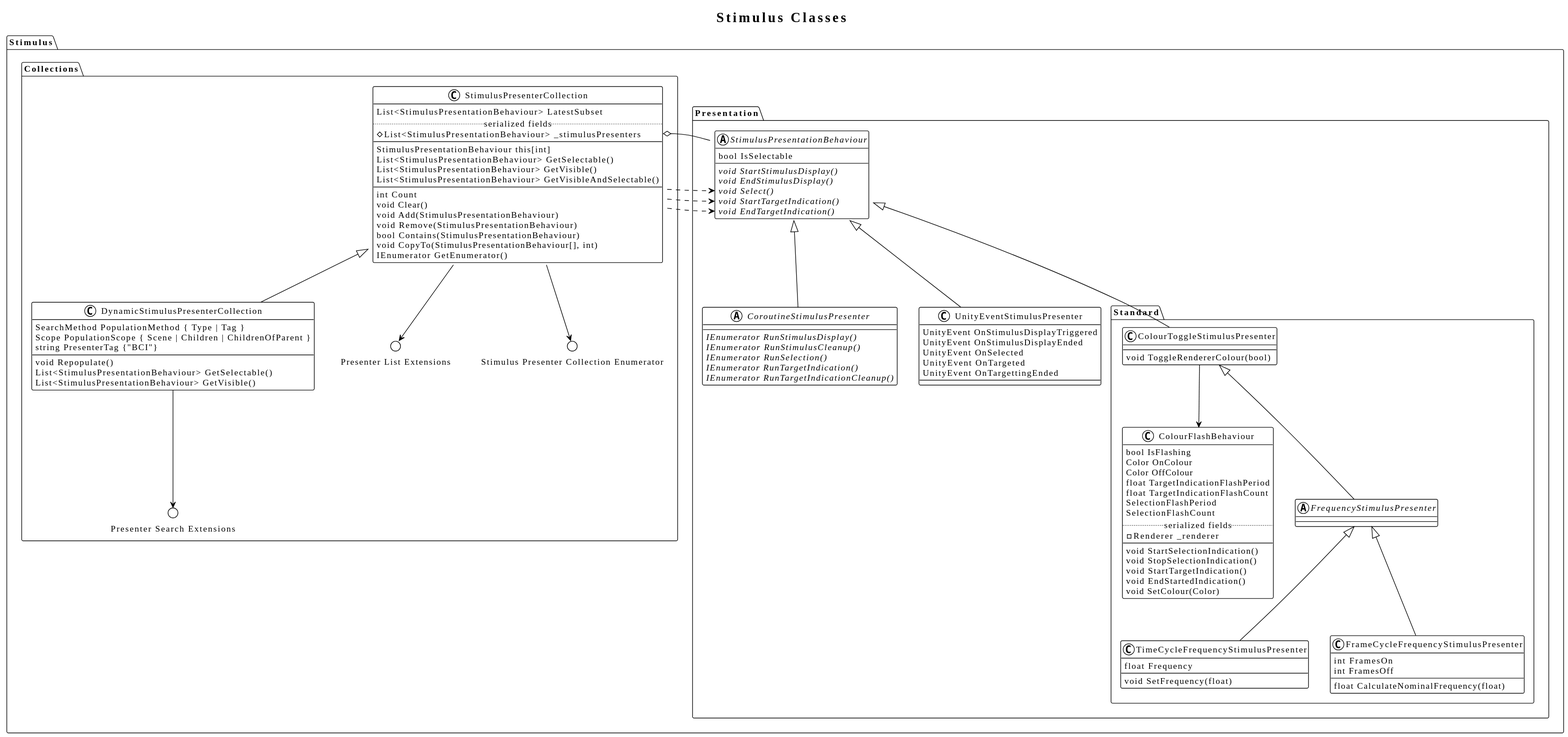
Above: content/bessy-unity/stimulus/stimulus.svg in BCI-Games/bessy-docs (PlantUML), before the change.
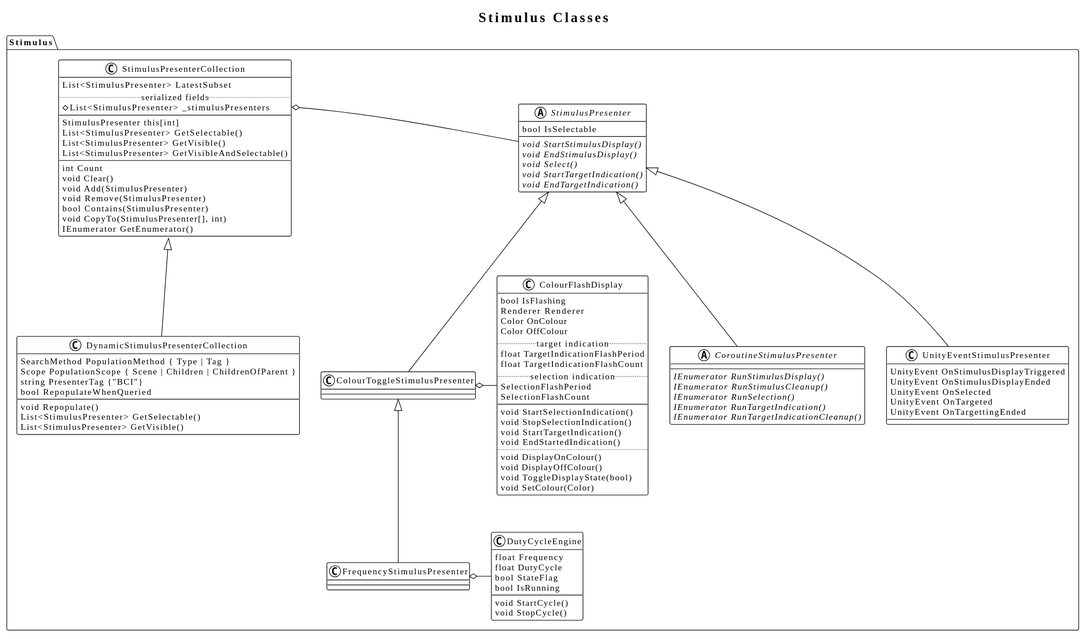
The same file after the commit.

Commit message:
Updated stimulus diagram

Change to the diagram source:
```diff
@@ -5,113 +5,103 @@
 end title
 
 namespace Stimulus {
-    namespace Collections {
-        class StimulusPresenterCollection {
-            List<StimulusPresentationBehaviour> LatestSubset
-            ..serialized fields..
-            # List<StimulusPresentationBehaviour> _stimulusPresenters
-            --
-            StimulusPresentationBehaviour this[int]
-            List<StimulusPresentationBehaviour> GetSelectable()
-            List<StimulusPresentationBehaviour> GetVisible()
-            List<StimulusPresentationBehaviour> GetVisibleAndSelectable()
-            --
-            int Count
-            void Clear()
-            void Add(StimulusPresentationBehaviour)
-            void Remove(StimulusPresentationBehaviour)
-            bool Contains(StimulusPresentationBehaviour)
-            void CopyTo(StimulusPresentationBehaviour[], int)
-            IEnumerator GetEnumerator()
-        }
-
-        class DynamicStimulusPresenterCollection extends StimulusPresenterCollection {
-            SearchMethod PopulationMethod { Type | Tag }
-            Scope PopulationScope { Scene | Children | ChildrenOfParent }
-            string PresenterTag {"BCI"}
-            void Repopulate()
-            List<StimulusPresentationBehaviour> GetSelectable()
-            List<StimulusPresentationBehaviour> GetVisible()
-        }
-
-        circle "Presenter List Extensions" as list_ext
-        circle "Presenter Search Extensions" as search_ext
-        circle "Stimulus Presenter Collection Enumerator" as enumerator
-
-        StimulusPresenterCollection --> list_ext
-        StimulusPresenterCollection --> enumerator
-        DynamicStimulusPresenterCollection --> search_ext
+    class StimulusPresenterCollection {
+        List<StimulusPresenter> LatestSubset
+        ..serialized fields..
+        # List<StimulusPresenter> _stimulusPresenters
+        --
+        StimulusPresenter this[int]
+        List<StimulusPresenter> GetSelectable()
+        List<StimulusPresenter> GetVisible()
+        List<StimulusPresenter> GetVisibleAndSelectable()
+        --
+        int Count
+        void Clear()
+        void Add(StimulusPresenter)
+        void Remove(StimulusPresenter)
+        bool Contains(StimulusPresenter)
+        void CopyTo(StimulusPresenter[], int)
+        IEnumerator GetEnumerator()
     }
 
-    namespace Presentation {
-        abstract StimulusPresentationBehaviour {
-            bool IsSelectable
-            {abstract} void StartStimulusDisplay()
-            {abstract} void EndStimulusDisplay()
-            {abstract} void Select()
-            {abstract} void StartTargetIndication()
-            {abstract} void EndTargetIndication()
-        }
-
-        abstract CoroutineStimulusPresenter extends StimulusPresentationBehaviour
-        {
-            {abstract} IEnumerator RunStimulusDisplay()
-            {abstract} IEnumerator RunStimulusCleanup()
-            {abstract} IEnumerator RunSelection()
-            {abstract} IEnumerator RunTargetIndication()
-            {abstract} IEnumerator RunTargetIndicationCleanup()
-        }
-
-        class UnityEventStimulusPresenter extends StimulusPresentationBehaviour {
-            UnityEvent OnStimulusDisplayTriggered
-            UnityEvent OnStimulusDisplayEnded
-            UnityEvent OnSelected
-            UnityEvent OnTargeted
-            UnityEvent OnTargettingEnded
-        }
-
-        namespace Standard {
-            class ColourFlashBehaviour {
-                bool IsFlashing
-                Color OnColour
-                Color OffColour
-                float TargetIndicationFlashPeriod
-                float TargetIndicationFlashCount
-                SelectionFlashPeriod
-                SelectionFlashCount
-                ..serialized fields..
-                - Renderer _renderer
-                --
-                void StartSelectionIndication()
-                void StopSelectionIndication()
-                void StartTargetIndication()
-                void EndStartedIndication()
-                void SetColour(Color)
-            }
-
-            class ColourToggleStimulusPresenter extends .Stimulus.Presentation.StimulusPresentationBehaviour {
-                void ToggleRendererColour(bool)
-            }
-            ColourToggleStimulusPresenter --> ColourFlashBehaviour
-
-            abstract FrequencyStimulusPresenter extends ColourToggleStimulusPresenter
-
-            class TimeCycleFrequencyStimulusPresenter extends FrequencyStimulusPresenter {
-                float Frequency
-                void SetFrequency(float)
-            }
-            class FrameCycleFrequencyStimulusPresenter extends FrequencyStimulusPresenter {
-                int FramesOn
-                int FramesOff
-                float CalculateNominalFrequency(float)
-            }
-        }
+    class DynamicStimulusPresenterCollection extends StimulusPresenterCollection {
+        SearchMethod PopulationMethod { Type | Tag }
+        Scope PopulationScope { Scene | Children | ChildrenOfParent }
+        string PresenterTag {"BCI"}
+        bool RepopulateWhenQueried
+        void Repopulate()
+        List<StimulusPresenter> GetSelectable()
+        List<StimulusPresenter> GetVisible()
     }
 
-    Presentation.StimulusPresentationBehaviour -o Collections.StimulusPresenterCollection::_stimulusPresenters
+    StimulusPresenterCollection::_stimulusPresenters o- StimulusPresenter
 
-    Collections.StimulusPresenterCollection::makeSelection ..> Presentation.StimulusPresentationBehaviour::Select
-    Collections.StimulusPresenterCollection::BeginTargetIndication ..> Presentation.StimulusPresentationBehaviour::StartTargetIndication
-    Collections.StimulusPresenterCollection::EndTargetIndication ..> Presentation.StimulusPresentationBehaviour::EndTargetIndication
+
+    abstract StimulusPresenter {
+        bool IsSelectable
+        {abstract} void StartStimulusDisplay()
+        {abstract} void EndStimulusDisplay()
+        {abstract} void Select()
+        {abstract} void StartTargetIndication()
+        {abstract} void EndTargetIndication()
+    }
+
+    abstract CoroutineStimulusPresenter extends StimulusPresenter
+    {
+        {abstract} IEnumerator RunStimulusDisplay()
+        {abstract} IEnumerator RunStimulusCleanup()
+        {abstract} IEnumerator RunSelection()
+        {abstract} IEnumerator RunTargetIndication()
+        {abstract} IEnumerator RunTargetIndicationCleanup()
+    }
+
+    class UnityEventStimulusPresenter extends StimulusPresenter {
+        UnityEvent OnStimulusDisplayTriggered
+        UnityEvent OnStimulusDisplayEnded
+        UnityEvent OnSelected
+        UnityEvent OnTargeted
+        UnityEvent OnTargettingEnded
+    }
+
+
+    class ColourFlashDisplay {
+        bool IsFlashing
+        Renderer Renderer
+        Color OnColour
+        Color OffColour
+        ..target indication..
+        float TargetIndicationFlashPeriod
+        float TargetIndicationFlashCount
+        ..selection indication..
+        SelectionFlashPeriod
+        SelectionFlashCount
+        ---
+        void StartSelectionIndication()
+        void StopSelectionIndication()
+        void StartTargetIndication()
+        void EndStartedIndication()
+        ..
+        void DisplayOnColour()
+        void DisplayOffColour()
+        void ToggleDisplayState(bool)
+        void SetColour(Color)
+    }
+
+    class DutyCycleEngine {
+        float Frequency
+        float DutyCycle
+        bool StateFlag
+        bool IsRunning
+        ---
+        void StartCycle()
+        void StopCycle()
+    }
+
+
+    class ColourToggleStimulusPresenter extends StimulusPresenter
+    ColourToggleStimulusPresenter o- ColourFlashDisplay
+
+    class FrequencyStimulusPresenter extends ColourToggleStimulusPresenter
+    FrequencyStimulusPresenter o- DutyCycleEngine
 }
 @enduml
```
